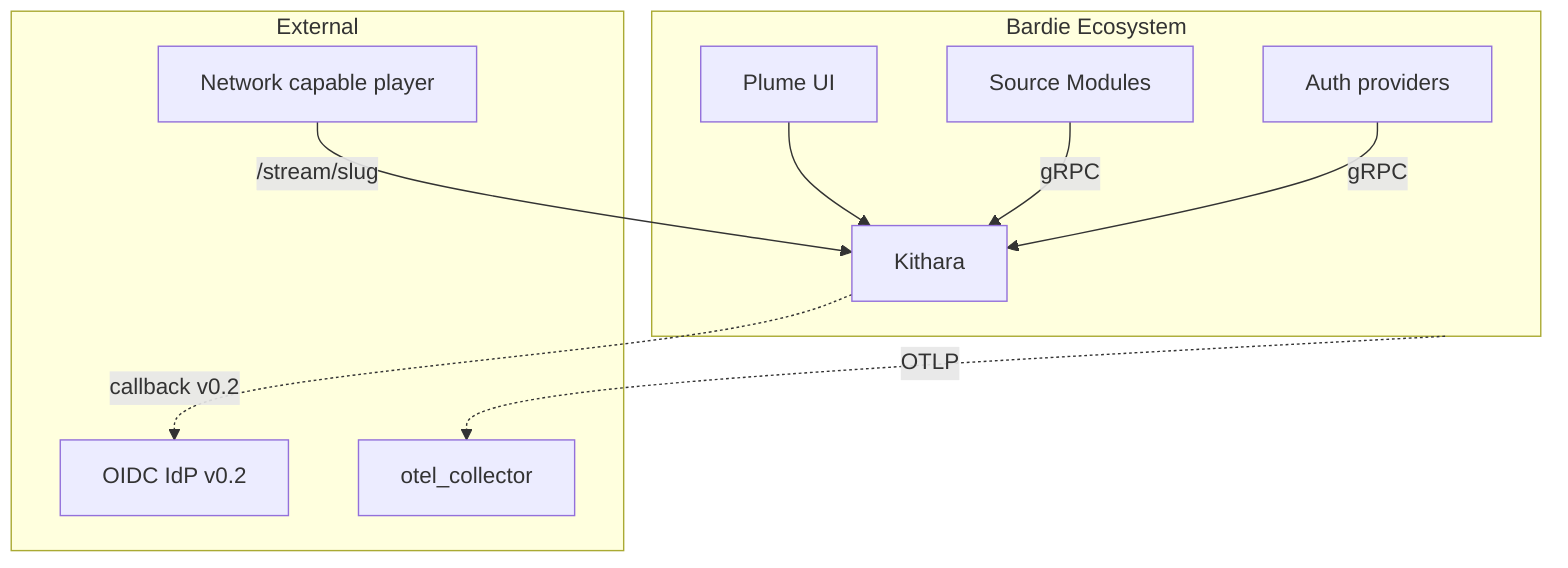
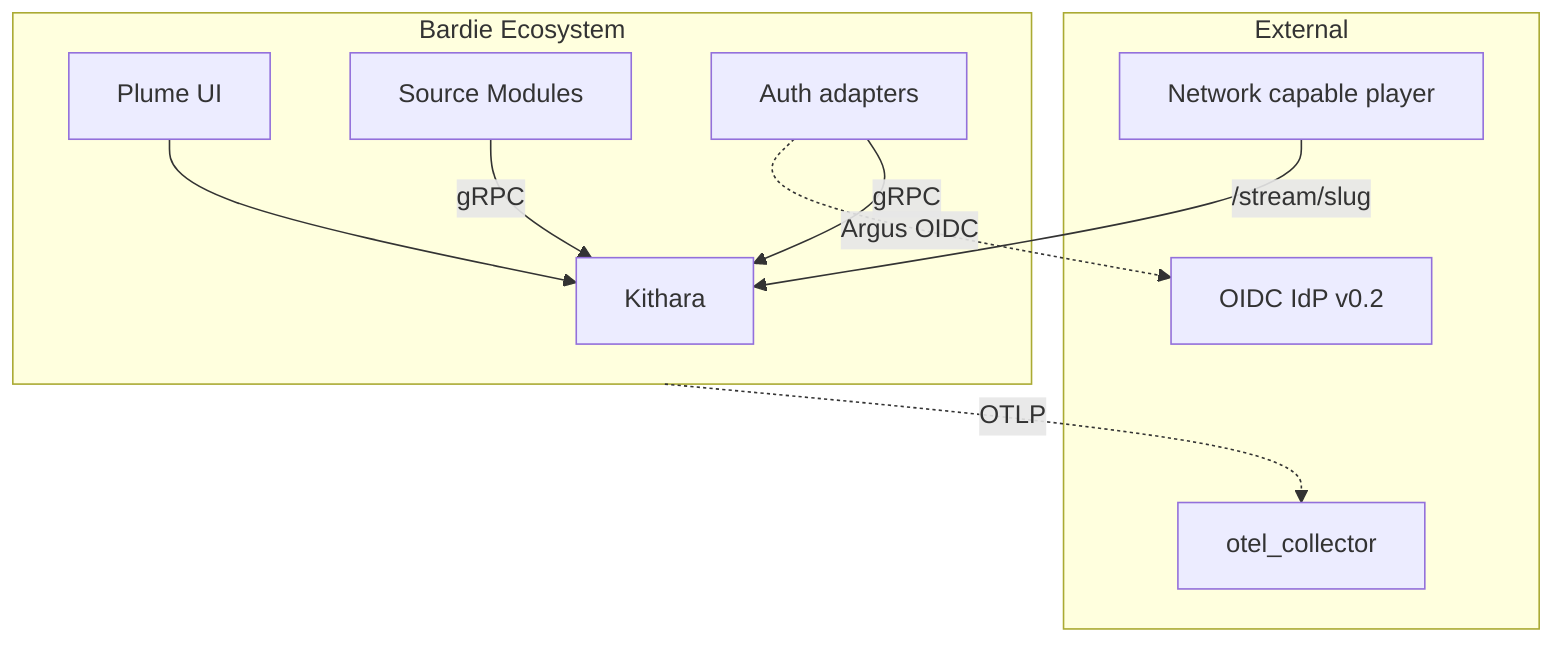
flowchart TB
  subgraph bardie [Bardie Ecosystem]
    Kithara[Kithara]
    Plume[Plume UI]
    SrcMod[Source Modules]
-     AuthMod[Auth providers]
+     AuthMod[Auth adapters]
  end
  subgraph external [External]
    Players[Network capable player]
    IdP["OIDC IdP v0.2"]
    OTel[otel_collector]
  end
  Plume --> Kithara
  SrcMod -->|gRPC| Kithara
  AuthMod -->|gRPC| Kithara
  Players -->|/stream/slug| Kithara
-   Kithara -.->|callback v0.2| IdP
+   AuthMod -.->|Argus OIDC| IdP
  bardie -.->|OTLP| OTel
